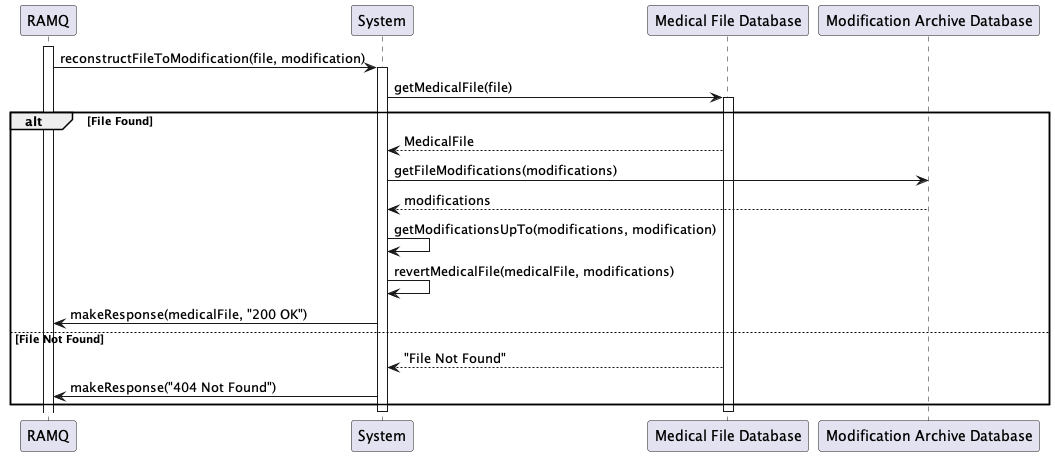
Before: plantUml/sequence-reconstruct-Modification.png, a diagram exported from PlantUML (KevenJAntenor/Quebec-Centralized-Medical-Record-System).
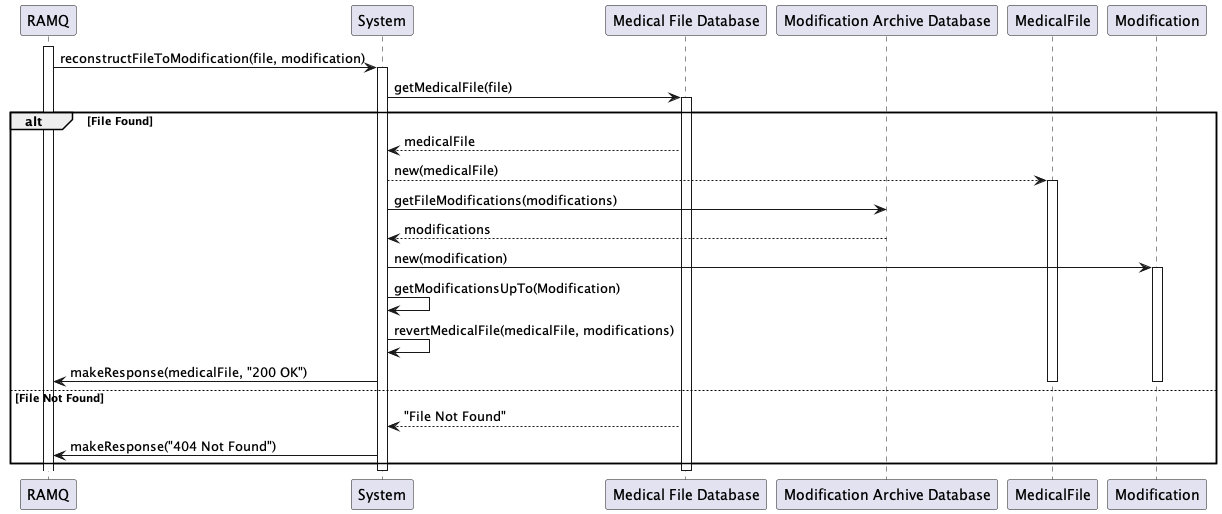
The same diagram one commit later.

Change to the diagram source:
```diff
@@ -11,12 +11,18 @@
 System -> MedicalFileDatabase: getMedicalFile(file)
 activate MedicalFileDatabase
 alt File Found
-    MedicalFileDatabase --> System: MedicalFile
+    MedicalFileDatabase --> System: medicalFile
+    System --> MedicalFile: new(medicalFile)
+    activate MedicalFile
     System -> ModificationArchiveDatabase: getFileModifications(modifications)
     ModificationArchiveDatabase --> System: modifications
-    System -> System : getModificationsUpTo(modifications, modification)
+    System -> Modification: new(modification)
+    activate Modification
+    System -> System : getModificationsUpTo(Modification)
     System -> System : revertMedicalFile(medicalFile, modifications)
     System -> RAMQ: makeResponse(medicalFile, "200 OK")
+    deactivate Modification
+    deactivate MedicalFile
 else File Not Found
     MedicalFileDatabase --> System: "File Not Found"
     System -> RAMQ: makeResponse("404 Not Found")
```
